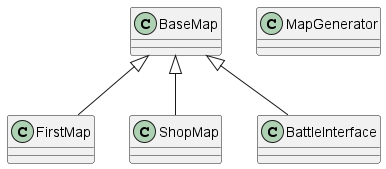
Above: picture/Map.png in aaravrawal52/tp (PlantUML), before the change. Its diagram source:
```plantuml
@startuml



  class BaseMap {
  }

  class FirstMap {
  }

  class MapGenerator {
  }

  class ShopMap {
  }

    class BattleInterface {
    }



  BaseMap <|-- FirstMap
  BaseMap <|-- ShopMap
  BaseMap <|-- BattleInterface


@enduml
```
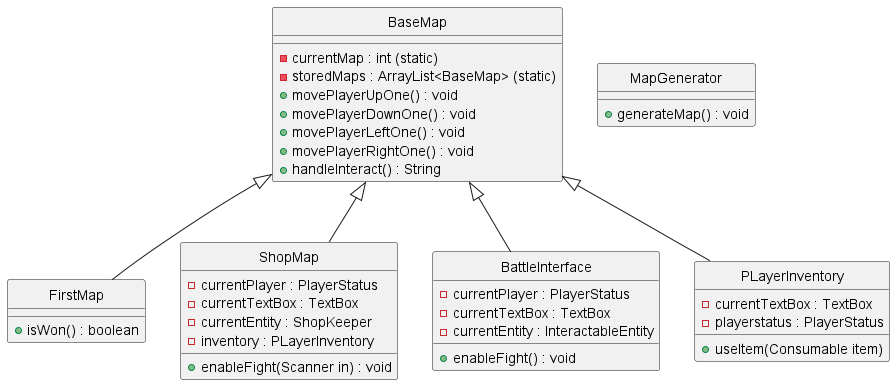
The same diagram one commit later.

What changed in the source:
```diff
@@ -1,27 +1,52 @@
 @startuml
-
+hide circle
 
 
   class BaseMap {
+- currentMap : int (static)
+- storedMaps : ArrayList<BaseMap> (static)
++ movePlayerUpOne() : void
++ movePlayerDownOne() : void
++ movePlayerLeftOne() : void
++ movePlayerRightOne() : void
++ handleInteract() : String
   }
 
   class FirstMap {
++ isWon() : boolean
   }
 
   class MapGenerator {
+  + generateMap() : void
   }
 
   class ShopMap {
+  - currentPlayer : PlayerStatus
+  - currentTextBox : TextBox
+  - currentEntity : ShopKeeper
+  - inventory : PLayerInventory
+  + enableFight(Scanner in) : void
   }
 
-    class BattleInterface {
-    }
+   class BattleInterface {
+  - currentPlayer : PlayerStatus
+  - currentTextBox : TextBox
+  - currentEntity : InteractableEntity
+  + enableFight() : void
+   }
+
+   class PLayerInventory {
+   - currentTextBox : TextBox
+   - playerstatus : PlayerStatus
+   + useItem(Consumable item)
+   }
 
 
 
   BaseMap <|-- FirstMap
   BaseMap <|-- ShopMap
   BaseMap <|-- BattleInterface
+  BaseMap <|-- PLayerInventory
 
 
 @enduml
```
